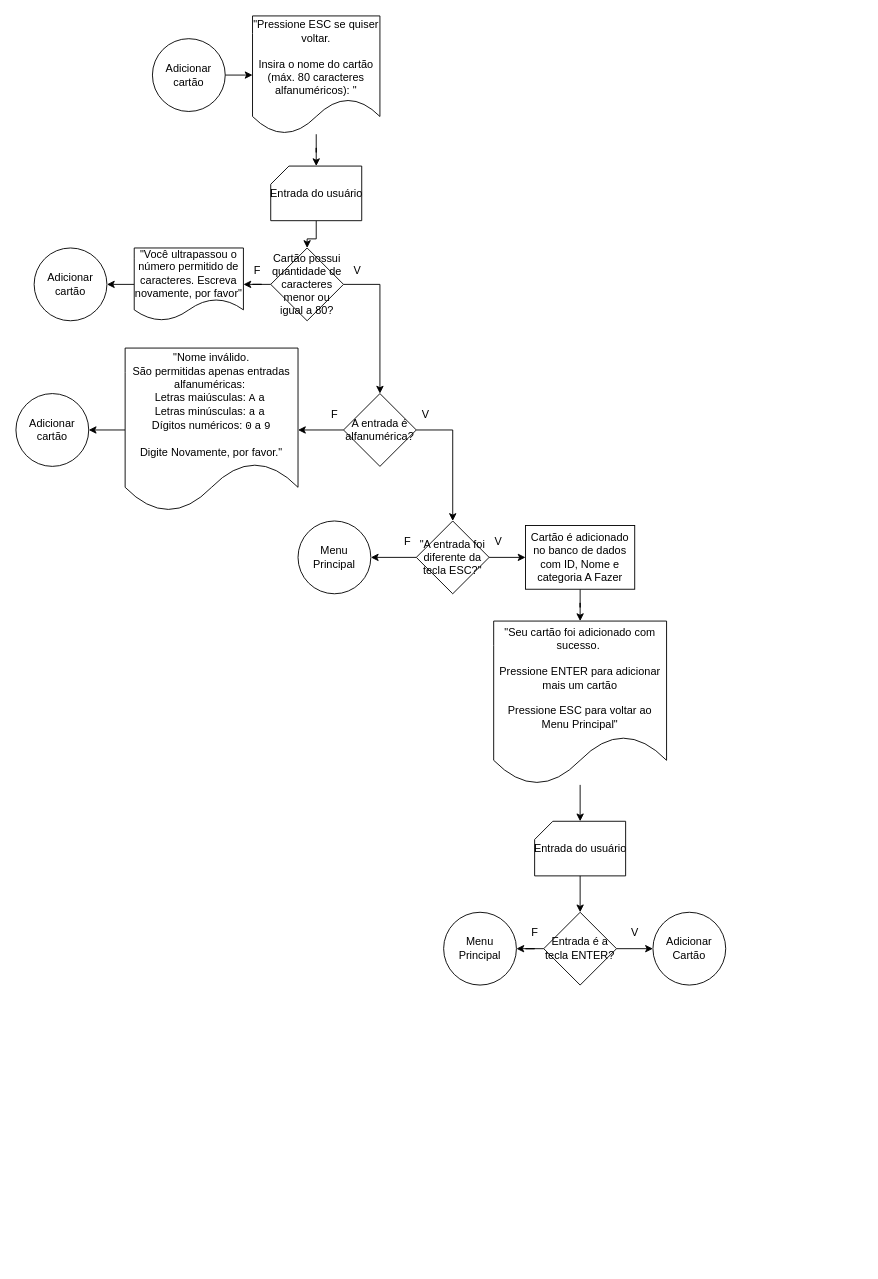
pedroailton/PP1 keeps this draw.io diagram as Lista de Exercícios 2/Q003/Fluxogramas/Adicionar Cartão.drawio. Above is the earlier version. Source tidied: cells renumbered, new cells numbered last; positions are measured from the earlier drawing's top-left corner, leaving out a move shared by most shapes. Both pictures are drawn from the tidied source at 91%, with x=0, y=0 at pixel (15, 15).
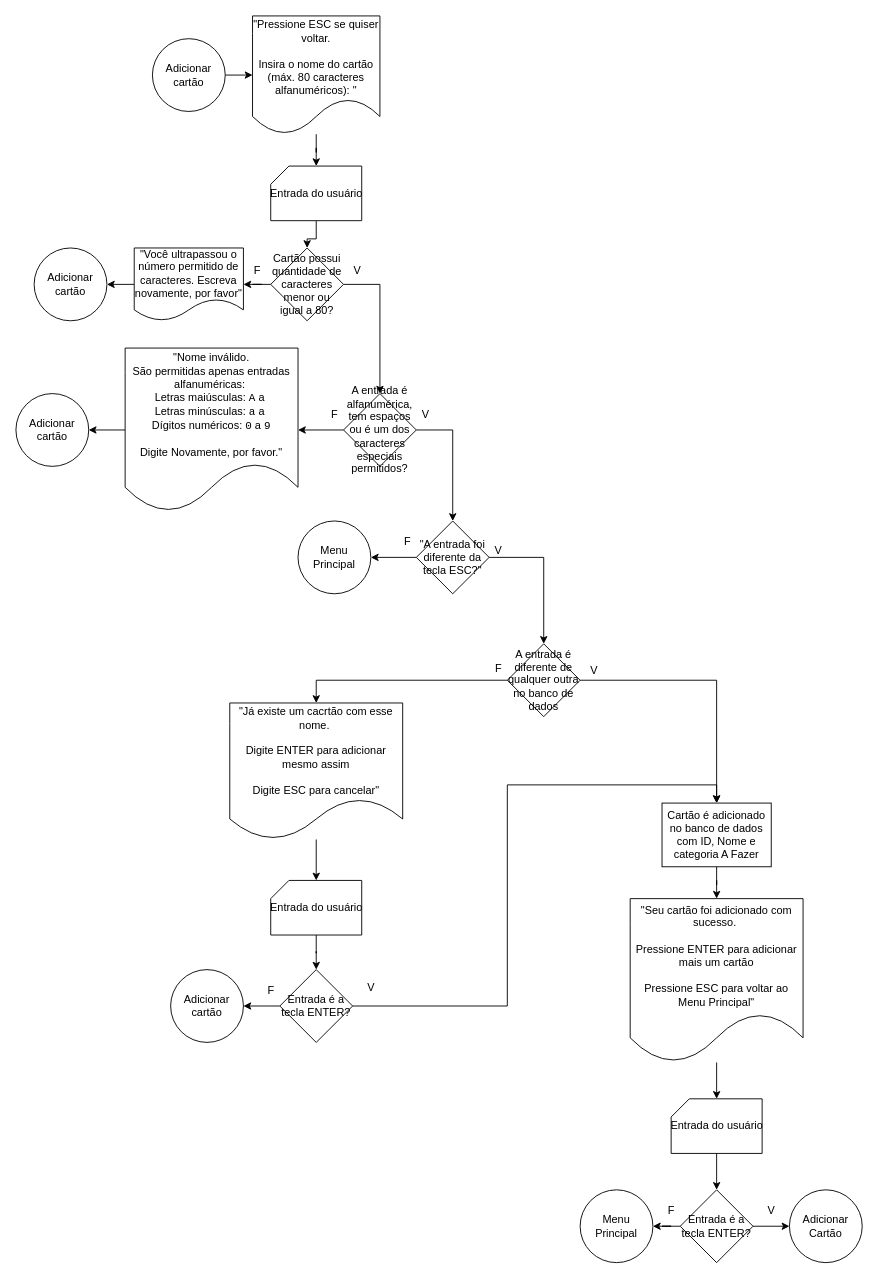
After the change.

Commit message (it also covers changes not shown here):
PDF da Atividade

The change refers to these unchanged cells:
```xml
<mxCell id="24" value="&quot;A entrada foi diferente da tecla ESC?&quot;" style="rhombus;whiteSpace=wrap;html=1;" parent="1" vertex="1">
  <mxGeometry x="440" y="555" width="80" height="80" as="geometry" />
</mxCell>
```

What changed in the source:
```diff
@@
-    <mxCell id="18" value="A entrada é alfanumérica?" style="rhombus;whiteSpace=wrap;html=1;" parent="1" vertex="1">
+    <mxCell id="18" value="A entrada é alfanumérica, tem espaços ou é um dos caracteres especiais permitidos?" style="rhombus;whiteSpace=wrap;html=1;" parent="1" vertex="1">
       <mxGeometry x="360" y="415" width="80" height="80" as="geometry" />
     </mxCell>
@@
-    <mxCell id="23" style="edgeStyle=orthogonalEdgeStyle;rounded=0;jettySize=auto;html=1;" parent="1" edge="1" source="24" target="29">
+    <mxCell id="23" style="edgeStyle=orthogonalEdgeStyle;rounded=0;jettySize=auto;html=1;exitX=1;exitY=0.5;exitDx=0;exitDy=0;" parent="1" edge="1" source="47" target="29">
       <mxGeometry relative="1" as="geometry" />
     </mxCell>
+    <mxCell id="45" style="edgeStyle=orthogonalEdgeStyle;rounded=0;jettySize=auto;html=1;exitX=1;exitY=0.5;exitDx=0;exitDy=0;entryX=0.5;entryY=0;entryDx=0;entryDy=0;" parent="1" edge="1" source="24" target="47">
+      <mxGeometry relative="1" as="geometry" />
+    </mxCell>
@@
     <mxCell id="27" value="&quot;Seu cartão foi adicionado com sucesso.&amp;nbsp;&lt;br&gt;&lt;br&gt;Pressione ENTER para adicionar mais um cartão&lt;br&gt;&lt;br&gt;Pressione ESC para voltar ao Menu Principal&quot;" style="shape=document;whiteSpace=wrap;html=1;boundedLbl=1;" parent="1" vertex="1">
-      <mxGeometry x="525" y="665" width="190" height="180" as="geometry" />
+      <mxGeometry x="675" y="970" width="190" height="180" as="geometry" />
     </mxCell>
@@
     <mxCell id="29" value="Cartão é adicionado no banco de dados com ID, Nome e categoria A Fazer" style="whiteSpace=wrap;html=1;" parent="1" vertex="1">
-      <mxGeometry x="560" y="560" width="120" height="70" as="geometry" />
+      <mxGeometry x="710" y="865" width="120" height="70" as="geometry" />
     </mxCell>
     <mxCell id="30" style="verticalLabelPosition=bottom;verticalAlign=top;html=1;shape=card;whiteSpace=wrap;size=20;arcSize=12;" parent="1" vertex="1">
-      <mxGeometry x="570" y="885" width="100" height="60" as="geometry" />
+      <mxGeometry x="720" y="1190" width="100" height="60" as="geometry" />
     </mxCell>
@@
     <mxCell id="32" value="Entrada do usuário" style="text;html=1;align=center;verticalAlign=middle;strokeColor=none;fillColor=none;" parent="1" vertex="1">
-      <mxGeometry x="560" y="900" width="120" height="30" as="geometry" />
+      <mxGeometry x="710" y="1205" width="120" height="30" as="geometry" />
     </mxCell>
@@
     <mxCell id="35" value="Entrada é a tecla ENTER?" style="rhombus;whiteSpace=wrap;html=1;" parent="1" vertex="1">
-      <mxGeometry x="580" y="985" width="80" height="80" as="geometry" />
+      <mxGeometry x="730" y="1290" width="80" height="80" as="geometry" />
     </mxCell>
     <mxCell id="36" value="Adicionar Cartão" style="ellipse;whiteSpace=wrap;html=1;" parent="1" vertex="1">
-      <mxGeometry x="700" y="985" width="80" height="80" as="geometry" />
+      <mxGeometry x="850" y="1290" width="80" height="80" as="geometry" />
     </mxCell>
     <mxCell id="37" value="Menu Principal" style="ellipse;whiteSpace=wrap;html=1;" parent="1" vertex="1">
-      <mxGeometry x="470" y="985" width="80" height="80" as="geometry" />
+      <mxGeometry x="620" y="1290" width="80" height="80" as="geometry" />
     </mxCell>
     <mxCell id="38" value="V" style="text;html=1;align=center;verticalAlign=middle;strokeColor=none;fillColor=none;" parent="1" vertex="1">
-      <mxGeometry x="665" y="993" width="30" height="30" as="geometry" />
+      <mxGeometry x="815" y="1298" width="30" height="30" as="geometry" />
     </mxCell>
     <mxCell id="39" value="F" style="text;html=1;align=center;verticalAlign=middle;strokeColor=none;fillColor=none;" parent="1" vertex="1">
-      <mxGeometry x="555" y="993" width="30" height="30" as="geometry" />
+      <mxGeometry x="705" y="1298" width="30" height="30" as="geometry" />
     </mxCell>
@@
     <mxCell id="41" value="V" style="text;html=1;align=center;verticalAlign=middle;strokeColor=none;fillColor=none;" parent="1" vertex="1">
-      <mxGeometry x="515" y="563" width="30" height="30" as="geometry" />
+      <mxGeometry x="620" y="705" width="30" height="30" as="geometry" />
     </mxCell>
@@
+    <mxCell id="46" style="edgeStyle=orthogonalEdgeStyle;rounded=0;jettySize=auto;html=1;exitX=0;exitY=0.5;exitDx=0;exitDy=0;entryX=0.5;entryY=0;entryDx=0;entryDy=0;" parent="1" edge="1" source="47" target="49">
+      <mxGeometry relative="1" as="geometry" />
+    </mxCell>
+    <mxCell id="47" value="A entrada é diferente de qualquer outra no banco de dados" style="rhombus;whiteSpace=wrap;html=1;" parent="1" vertex="1">
+      <mxGeometry x="540" y="690" width="80" height="80" as="geometry" />
+    </mxCell>
+    <mxCell id="48" style="edgeStyle=orthogonalEdgeStyle;rounded=0;jettySize=auto;html=1;" parent="1" edge="1" source="49" target="50">
+      <mxGeometry relative="1" as="geometry" />
+    </mxCell>
+    <mxCell id="49" value="&quot;Já existe um cacrtão com esse nome.&amp;nbsp;&lt;br&gt;&lt;br&gt;&lt;div&gt;Digite ENTER para adicionar mesmo assim&lt;/div&gt;&lt;div&gt;&lt;br&gt;Digite ESC para cancelar&quot;&lt;/div&gt;" style="shape=document;whiteSpace=wrap;html=1;boundedLbl=1;" parent="1" vertex="1">
+      <mxGeometry x="235" y="755" width="190" height="150" as="geometry" />
+    </mxCell>
+    <mxCell id="50" style="verticalLabelPosition=bottom;verticalAlign=top;html=1;shape=card;whiteSpace=wrap;size=20;arcSize=12;" parent="1" vertex="1">
+      <mxGeometry x="280" y="950" width="100" height="60" as="geometry" />
+    </mxCell>
+    <mxCell id="51" style="edgeStyle=orthogonalEdgeStyle;rounded=0;jettySize=auto;html=1;exitX=0.5;exitY=1;exitDx=0;exitDy=0;exitPerimeter=0;" parent="1" edge="1" source="50" target="55">
+      <mxGeometry relative="1" as="geometry" />
+    </mxCell>
+    <mxCell id="52" value="Entrada do usuário" style="text;html=1;align=center;verticalAlign=middle;strokeColor=none;fillColor=none;" parent="1" vertex="1">
+      <mxGeometry x="270" y="965" width="120" height="30" as="geometry" />
+    </mxCell>
+    <mxCell id="53" style="edgeStyle=orthogonalEdgeStyle;rounded=0;jettySize=auto;html=1;entryX=0.5;entryY=0;entryDx=0;entryDy=0;" parent="1" edge="1" source="55" target="29">
+      <mxGeometry relative="1" as="geometry" />
+    </mxCell>
+    <mxCell id="54" style="edgeStyle=orthogonalEdgeStyle;rounded=0;jettySize=auto;html=1;" parent="1" edge="1" source="55" target="56">
+      <mxGeometry relative="1" as="geometry" />
+    </mxCell>
+    <mxCell id="55" value="Entrada é a tecla ENTER?" style="rhombus;whiteSpace=wrap;html=1;" parent="1" vertex="1">
+      <mxGeometry x="290" y="1048" width="80" height="80" as="geometry" />
+    </mxCell>
+    <mxCell id="56" value="Adicionar cartão" style="ellipse;whiteSpace=wrap;html=1;" parent="1" vertex="1">
+      <mxGeometry x="170" y="1048" width="80" height="80" as="geometry" />
+    </mxCell>
+    <mxCell id="57" value="F" style="text;html=1;align=center;verticalAlign=middle;strokeColor=none;fillColor=none;" parent="1" vertex="1">
+      <mxGeometry x="265" y="1056" width="30" height="30" as="geometry" />
+    </mxCell>
+    <mxCell id="58" value="V" style="text;html=1;align=center;verticalAlign=middle;strokeColor=none;fillColor=none;" parent="1" vertex="1">
+      <mxGeometry x="375" y="1053" width="30" height="30" as="geometry" />
+    </mxCell>
+    <mxCell id="59" value="F" style="text;html=1;align=center;verticalAlign=middle;strokeColor=none;fillColor=none;" parent="1" vertex="1">
+      <mxGeometry x="515" y="703" width="30" height="30" as="geometry" />
+    </mxCell>
+    <mxCell id="60" value="V" style="text;html=1;align=center;verticalAlign=middle;strokeColor=none;fillColor=none;" parent="1" vertex="1">
+      <mxGeometry x="515" y="573" width="30" height="30" as="geometry" />
+    </mxCell>
```
